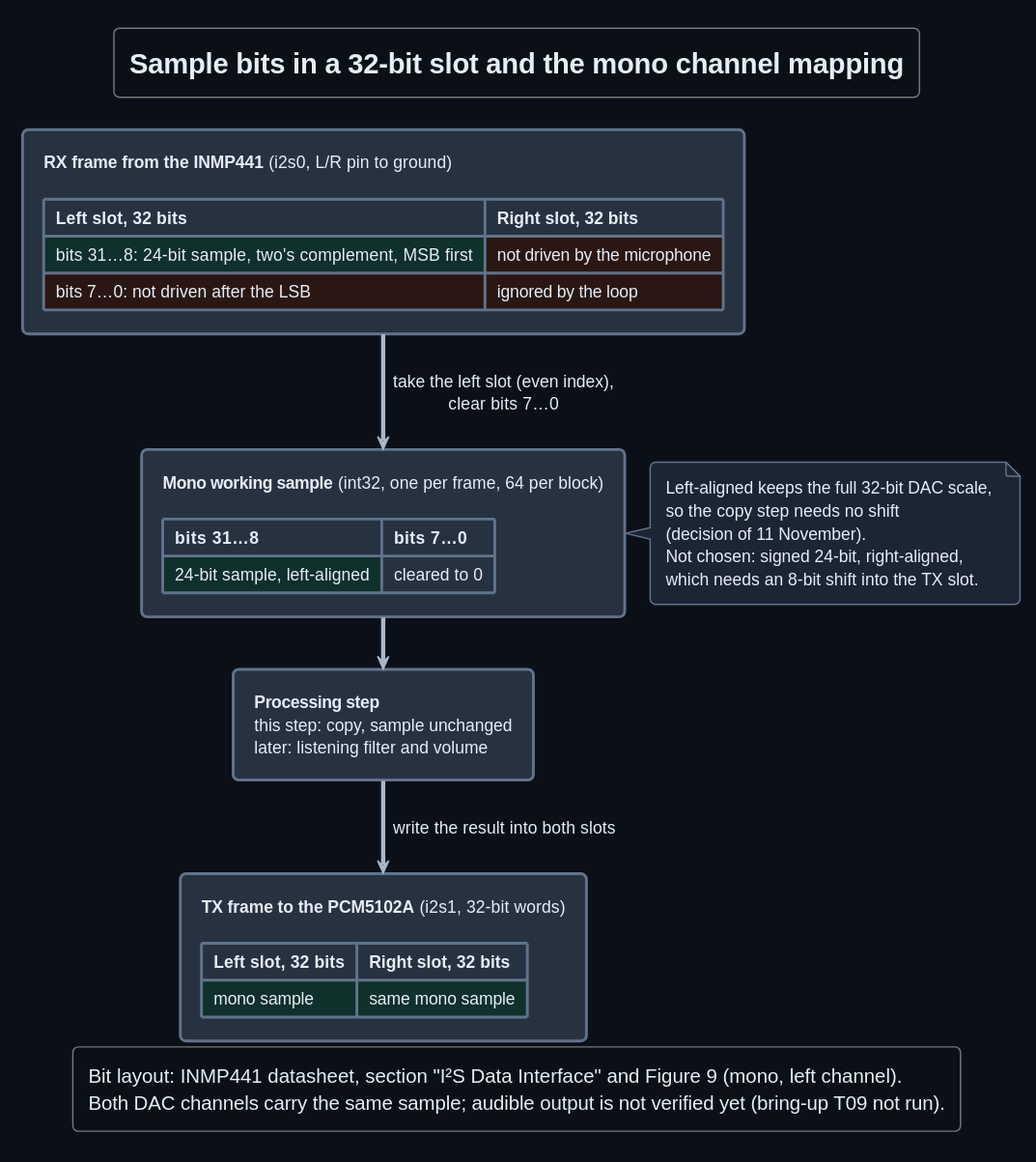
Before: Development/system/design/AUDIO/rendered/sample_format.svg, a diagram exported from PlantUML (DemonicPsychoII/DigitalStethoscope).
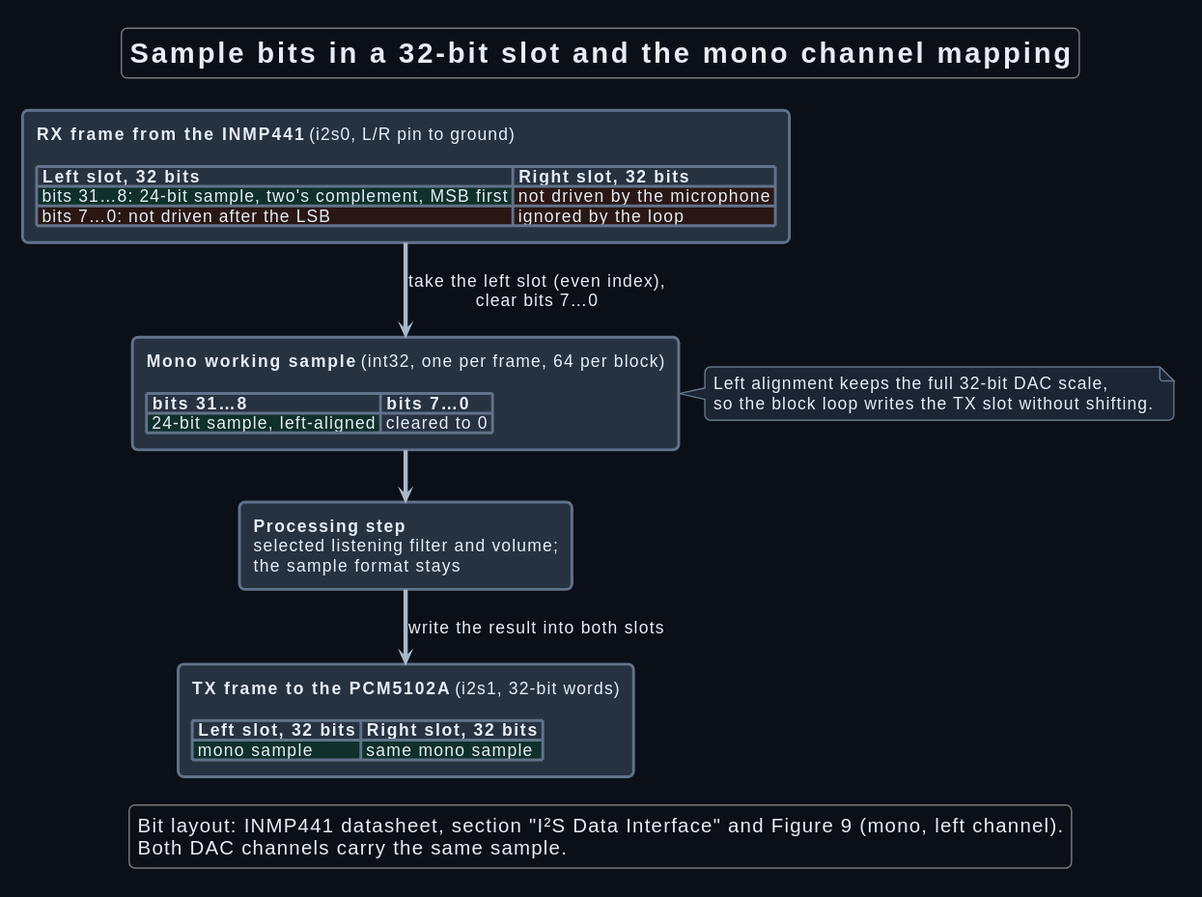
Above is the later version.

What changed in the source:
```diff
@@ -21,20 +21,17 @@
 top to bottom direction
 rectangle "**RX frame from the INMP441** (i2s0, L/R pin to ground)\n\n<#273241,#61738a>|= Left slot, 32 bits |= Right slot, 32 bits |\n| <#10302b> bits 31…8: 24-bit sample, two's complement, MSB first | <#2a1714> not driven by the microphone |\n| <#2a1714> bits 7…0: not driven after the LSB | <#2a1714> ignored by the loop |" as receiveFrame
 rectangle "**Mono working sample** (int32, one per frame, 64 per block)\n\n<#273241,#61738a>|= bits 31…8 |= bits 7…0 |\n| <#10302b> 24-bit sample, left-aligned | cleared to 0 |" as monoSample
-rectangle "**Processing step**\nthis step: copy, sample unchanged\nlater: listening filter and volume" as processing
+rectangle "**Processing step**\nselected listening filter and volume;\nthe sample format stays" as processing
 rectangle "**TX frame to the PCM5102A** (i2s1, 32-bit words)\n\n<#273241,#61738a>|= Left slot, 32 bits |= Right slot, 32 bits |\n| <#10302b> mono sample | <#10302b> same mono sample |" as transmitFrame
 receiveFrame --> monoSample : take the left slot (even index),\nclear bits 7…0
 monoSample --> processing
 processing --> transmitFrame : write the result into both slots
 note right of monoSample
-  Left-aligned keeps the full 32-bit DAC scale,
-  so the copy step needs no shift
-  (decision of 11 November).
-  Not chosen: signed 24-bit, right-aligned,
-  which needs an 8-bit shift into the TX slot.
+  Left alignment keeps the full 32-bit DAC scale,
+  so the block loop writes the TX slot without shifting.
 end note
 legend bottom
   Bit layout: INMP441 datasheet, section "I²S Data Interface" and Figure 9 (mono, left channel).
-  Both DAC channels carry the same sample; audible output is not verified yet (bring-up T09 not run).
+  Both DAC channels carry the same sample.
 endlegend
 @enduml
```
